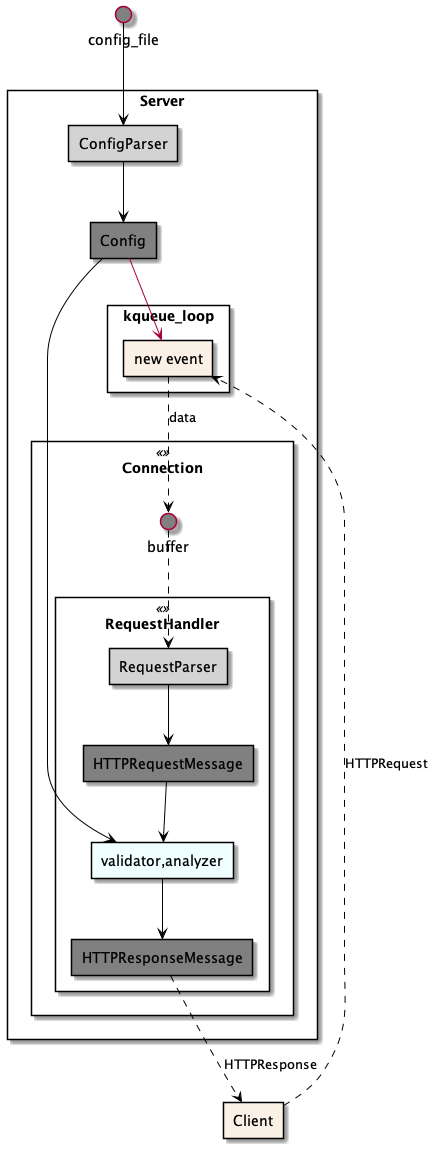
Before: docs/diagrams/webserver_structure.png, a diagram exported from PlantUML (ccxxj/webserver).
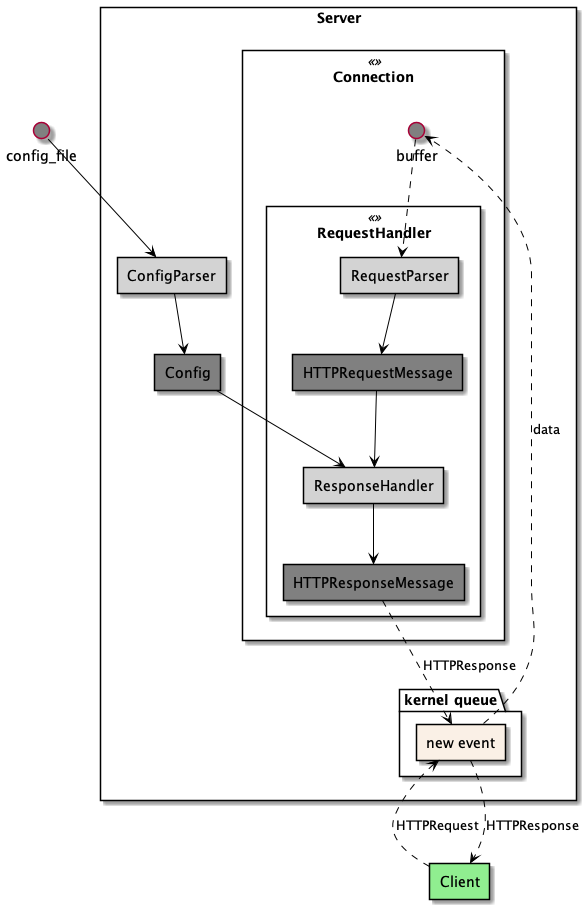
Later version of the same file.

Commit message:
Uml diagram updated: response goes through kqueue

What changed in the source:
```diff
@@ -12,29 +12,30 @@
 				   [HTTPRequestMessage] #Gray
 				   [HTTPResponseMessage] #Gray
 				   [RequestParser] #LightGray
-				   [validator,analyzer] #Azure
+				   [ResponseHandler] #LightGray
 			}
 		}
-		component "kqueue_loop" {
+		package "kernel queue" {
 			[new event] #Linen
 		}
 }
 
 () config_file #Gray
-[Client] #Linen
+[Client] #LightGreen
 
 
 [Client] ..> [new event] #Black : HTTPRequest
-[Config] --> [new event]
+[HTTPResponseMessage] ..> [new event]  #Black : HTTPResponse
+ [new event] ..> [Client] #Black : HTTPResponse
 [new event] ..> [buffer] #Black : data
 () config_file --> [ConfigParser] #Black
 [ConfigParser] --> [Config] #Black
-[Config] --> [validator,analyzer] #Black
+[Config] --> [ResponseHandler] #Black
 [buffer] ..> [RequestParser] #Black
 [RequestParser] --> [HTTPRequestMessage] #Black
-[HTTPRequestMessage] --> [validator,analyzer] #Black
-[validator,analyzer] --> [HTTPResponseMessage] #Black
-[HTTPResponseMessage] ..> [Client] #Black : HTTPResponse
+[HTTPRequestMessage] --> [ResponseHandler] #Black
+[ResponseHandler] --> [HTTPResponseMessage] #Black
+
 
 
 @enduml
```
